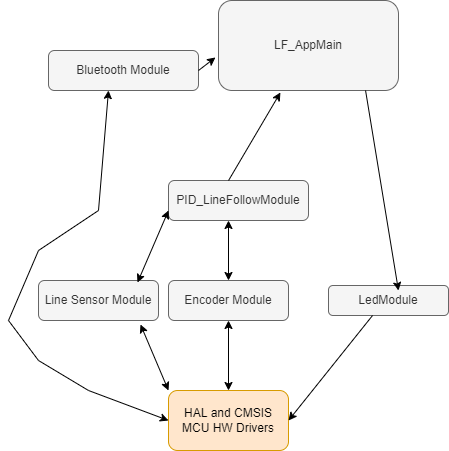
The draw.io diagram Pictures/Simplified_view_MCU_application_layers.png in trteodor/LineFollower_Light, before a commit. Source tidied: cells renumbered, new cells last; positions are measured from the earlier drawing's top-left corner, leaving out a move shared by most shapes. Its diagram source:
```xml
<mxGraphModel>
  <root>
    <mxCell id="0" />
    <mxCell id="1" parent="0" />
    <mxCell id="2" value="HAL and CMSIS MCU HW Drivers" style="rounded=1;whiteSpace=wrap;html=1;fillColor=#ffe6cc;strokeColor=#d79b00;" parent="1" vertex="1">
      <mxGeometry x="160" y="390" width="120" height="60" as="geometry" />
    </mxCell>
    <mxCell id="3" value="LF_AppMain&lt;br&gt;" style="rounded=1;whiteSpace=wrap;html=1;fillColor=#f5f5f5;strokeColor=#666666;fontColor=#333333;" parent="1" vertex="1">
      <mxGeometry x="210" width="180" height="90" as="geometry" />
    </mxCell>
    <mxCell id="4" value="LedModule" style="rounded=1;whiteSpace=wrap;html=1;fillColor=#f5f5f5;strokeColor=#666666;fontColor=#333333;" parent="1" vertex="1">
      <mxGeometry x="320" y="285" width="120" height="30" as="geometry" />
    </mxCell>
    <mxCell id="5" value="Bluetooth Module" style="rounded=1;whiteSpace=wrap;html=1;fillColor=#f5f5f5;strokeColor=#666666;fontColor=#333333;" parent="1" vertex="1">
      <mxGeometry x="40" y="50" width="150" height="40" as="geometry" />
    </mxCell>
    <mxCell id="6" value="Encoder Module&lt;br&gt;" style="rounded=1;whiteSpace=wrap;html=1;fillColor=#f5f5f5;strokeColor=#666666;fontColor=#333333;" parent="1" vertex="1">
      <mxGeometry x="160" y="280" width="120" height="40" as="geometry" />
    </mxCell>
    <mxCell id="7" value="PID_LineFollowModule" style="rounded=1;whiteSpace=wrap;html=1;fillColor=#f5f5f5;strokeColor=#666666;fontColor=#333333;" parent="1" vertex="1">
      <mxGeometry x="160" y="180" width="140" height="40" as="geometry" />
    </mxCell>
    <mxCell id="8" value="Line Sensor Module" style="rounded=1;whiteSpace=wrap;html=1;fillColor=#f5f5f5;strokeColor=#666666;fontColor=#333333;" parent="1" vertex="1">
      <mxGeometry x="30" y="280" width="120" height="40" as="geometry" />
    </mxCell>
    <mxCell id="9" style="endArrow=classic;startArrow=classic;html=1;rounded=0;exitX=0;exitY=0;exitDx=0;exitDy=0;entryX=0.85;entryY=1.1;entryDx=0;entryDy=0;entryPerimeter=0;" parent="1" edge="1" source="2" target="8">
      <mxGeometry relative="1" as="geometry" />
    </mxCell>
    <mxCell id="10" style="endArrow=classic;startArrow=classic;html=1;rounded=0;exitX=0.5;exitY=0;exitDx=0;exitDy=0;entryX=0.5;entryY=1;entryDx=0;entryDy=0;" parent="1" edge="1" source="2" target="6">
      <mxGeometry relative="1" as="geometry" />
    </mxCell>
    <mxCell id="11" style="endArrow=classic;startArrow=classic;html=1;rounded=0;exitX=0;exitY=0.75;exitDx=0;exitDy=0;entryX=0.825;entryY=0.05;entryDx=0;entryDy=0;entryPerimeter=0;" parent="1" edge="1" source="7" target="8">
      <mxGeometry relative="1" as="geometry" />
    </mxCell>
    <mxCell id="12" style="endArrow=classic;startArrow=classic;html=1;rounded=0;exitX=0.5;exitY=0;exitDx=0;exitDy=0;" parent="1" edge="1" source="6">
      <mxGeometry relative="1" as="geometry">
        <mxPoint x="220" y="220" as="targetPoint" />
      </mxGeometry>
    </mxCell>
    <mxCell id="13" style="endArrow=classic;html=1;rounded=0;exitX=0.817;exitY=1;exitDx=0;exitDy=0;exitPerimeter=0;entryX=0.583;entryY=0.167;entryDx=0;entryDy=0;entryPerimeter=0;" parent="1" edge="1" source="3" target="4">
      <mxGeometry relative="1" as="geometry" />
    </mxCell>
    <mxCell id="14" style="endArrow=classic;html=1;rounded=0;exitX=0.367;exitY=1;exitDx=0;exitDy=0;exitPerimeter=0;entryX=1;entryY=0.5;entryDx=0;entryDy=0;" parent="1" edge="1" source="4" target="2">
      <mxGeometry relative="1" as="geometry" />
    </mxCell>
    <mxCell id="15" style="endArrow=classic;html=1;rounded=0;exitX=0.429;exitY=0;exitDx=0;exitDy=0;exitPerimeter=0;entryX=0.344;entryY=1.022;entryDx=0;entryDy=0;entryPerimeter=0;" parent="1" edge="1" source="7" target="3">
      <mxGeometry relative="1" as="geometry" />
    </mxCell>
    <mxCell id="16" style="endArrow=classic;html=1;rounded=0;exitX=1;exitY=0.5;exitDx=0;exitDy=0;entryX=-0.017;entryY=0.633;entryDx=0;entryDy=0;entryPerimeter=0;" parent="1" edge="1" source="5" target="3">
      <mxGeometry relative="1" as="geometry" />
    </mxCell>
    <mxCell id="17" style="endArrow=classic;startArrow=classic;html=1;rounded=0;exitX=0;exitY=0.5;exitDx=0;exitDy=0;entryX=0.4;entryY=1;entryDx=0;entryDy=0;entryPerimeter=0;" parent="1" edge="1" source="2" target="5">
      <mxGeometry relative="1" as="geometry">
        <Array as="points">
          <mxPoint x="80" y="390" />
          <mxPoint x="30" y="360" />
          <mxPoint y="320" />
          <mxPoint x="30" y="250" />
          <mxPoint x="90" y="210" />
        </Array>
      </mxGeometry>
    </mxCell>
  </root>
</mxGraphModel>
```
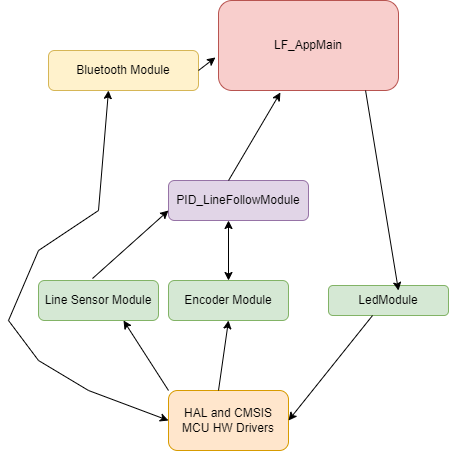
The same diagram one commit later.

Diff of the diagram source:
```diff
@@ -5,33 +5,24 @@
     <mxCell id="2" value="HAL and CMSIS MCU HW Drivers" style="rounded=1;whiteSpace=wrap;html=1;fillColor=#ffe6cc;strokeColor=#d79b00;" parent="1" vertex="1">
       <mxGeometry x="160" y="390" width="120" height="60" as="geometry" />
     </mxCell>
-    <mxCell id="3" value="LF_AppMain&lt;br&gt;" style="rounded=1;whiteSpace=wrap;html=1;fillColor=#f5f5f5;strokeColor=#666666;fontColor=#333333;" parent="1" vertex="1">
+    <mxCell id="3" value="LF_AppMain&lt;br&gt;" style="rounded=1;whiteSpace=wrap;html=1;fillColor=#f8cecc;strokeColor=#b85450;" parent="1" vertex="1">
       <mxGeometry x="210" width="180" height="90" as="geometry" />
     </mxCell>
-    <mxCell id="4" value="LedModule" style="rounded=1;whiteSpace=wrap;html=1;fillColor=#f5f5f5;strokeColor=#666666;fontColor=#333333;" parent="1" vertex="1">
+    <mxCell id="4" value="LedModule" style="rounded=1;whiteSpace=wrap;html=1;fillColor=#d5e8d4;strokeColor=#82b366;" parent="1" vertex="1">
       <mxGeometry x="320" y="285" width="120" height="30" as="geometry" />
     </mxCell>
-    <mxCell id="5" value="Bluetooth Module" style="rounded=1;whiteSpace=wrap;html=1;fillColor=#f5f5f5;strokeColor=#666666;fontColor=#333333;" parent="1" vertex="1">
+    <mxCell id="5" value="Bluetooth Module" style="rounded=1;whiteSpace=wrap;html=1;fillColor=#fff2cc;strokeColor=#d6b656;" parent="1" vertex="1">
       <mxGeometry x="40" y="50" width="150" height="40" as="geometry" />
     </mxCell>
-    <mxCell id="6" value="Encoder Module&lt;br&gt;" style="rounded=1;whiteSpace=wrap;html=1;fillColor=#f5f5f5;strokeColor=#666666;fontColor=#333333;" parent="1" vertex="1">
+    <mxCell id="6" value="Encoder Module&lt;br&gt;" style="rounded=1;whiteSpace=wrap;html=1;fillColor=#d5e8d4;strokeColor=#82b366;" parent="1" vertex="1">
       <mxGeometry x="160" y="280" width="120" height="40" as="geometry" />
     </mxCell>
-    <mxCell id="7" value="PID_LineFollowModule" style="rounded=1;whiteSpace=wrap;html=1;fillColor=#f5f5f5;strokeColor=#666666;fontColor=#333333;" parent="1" vertex="1">
+    <mxCell id="7" value="PID_LineFollowModule" style="rounded=1;whiteSpace=wrap;html=1;fillColor=#e1d5e7;strokeColor=#9673a6;" parent="1" vertex="1">
       <mxGeometry x="160" y="180" width="140" height="40" as="geometry" />
     </mxCell>
-    <mxCell id="8" value="Line Sensor Module" style="rounded=1;whiteSpace=wrap;html=1;fillColor=#f5f5f5;strokeColor=#666666;fontColor=#333333;" parent="1" vertex="1">
+    <mxCell id="8" value="Line Sensor Module" style="rounded=1;whiteSpace=wrap;html=1;fillColor=#d5e8d4;strokeColor=#82b366;" parent="1" vertex="1">
       <mxGeometry x="30" y="280" width="120" height="40" as="geometry" />
     </mxCell>
-    <mxCell id="9" style="endArrow=classic;startArrow=classic;html=1;rounded=0;exitX=0;exitY=0;exitDx=0;exitDy=0;entryX=0.85;entryY=1.1;entryDx=0;entryDy=0;entryPerimeter=0;" parent="1" edge="1" source="2" target="8">
-      <mxGeometry relative="1" as="geometry" />
-    </mxCell>
-    <mxCell id="10" style="endArrow=classic;startArrow=classic;html=1;rounded=0;exitX=0.5;exitY=0;exitDx=0;exitDy=0;entryX=0.5;entryY=1;entryDx=0;entryDy=0;" parent="1" edge="1" source="2" target="6">
-      <mxGeometry relative="1" as="geometry" />
-    </mxCell>
-    <mxCell id="11" style="endArrow=classic;startArrow=classic;html=1;rounded=0;exitX=0;exitY=0.75;exitDx=0;exitDy=0;entryX=0.825;entryY=0.05;entryDx=0;entryDy=0;entryPerimeter=0;" parent="1" edge="1" source="7" target="8">
-      <mxGeometry relative="1" as="geometry" />
-    </mxCell>
     <mxCell id="12" style="endArrow=classic;startArrow=classic;html=1;rounded=0;exitX=0.5;exitY=0;exitDx=0;exitDy=0;" parent="1" edge="1" source="6">
       <mxGeometry relative="1" as="geometry">
         <mxPoint x="220" y="220" as="targetPoint" />
@@ -60,5 +51,18 @@
         </Array>
       </mxGeometry>
     </mxCell>
+    <mxCell id="18" style="endArrow=classic;html=1;rounded=0;entryX=0;entryY=0.75;entryDx=0;entryDy=0;exitX=0.45;exitY=-0.05;exitDx=0;exitDy=0;exitPerimeter=0;" parent="1" edge="1" source="8" target="7">
+      <mxGeometry relative="1" as="geometry" />
+    </mxCell>
+    <mxCell id="19" style="endArrow=classic;html=1;rounded=0;exitX=0;exitY=0;exitDx=0;exitDy=0;" parent="1" edge="1" source="2">
+      <mxGeometry relative="1" as="geometry">
+        <mxPoint x="115" y="320" as="targetPoint" />
+      </mxGeometry>
+    </mxCell>
+    <mxCell id="20" style="endArrow=classic;html=1;rounded=0;entryX=0.5;entryY=1;entryDx=0;entryDy=0;" parent="1" edge="1" target="6">
+      <mxGeometry relative="1" as="geometry">
+        <mxPoint x="210" y="390" as="sourcePoint" />
+      </mxGeometry>
+    </mxCell>
   </root>
 </mxGraphModel>
```
